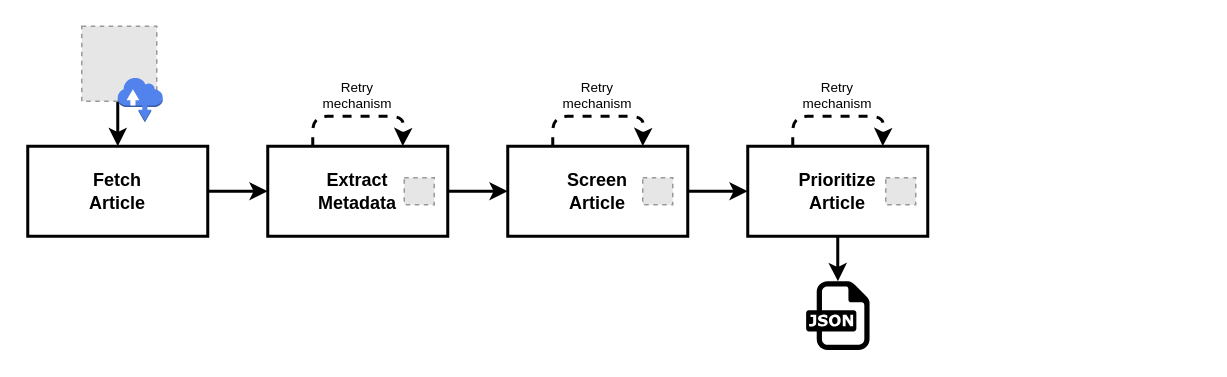
Before: assets/img/posts/2025-10-12-agentic-workflows/papers-please-dag.drawio in hclimente/hclimente.github.io, a draw.io diagram. Source tidied: cells renumbered, new cells numbered last; positions are measured from the earlier drawing's top-left corner, leaving out a move shared by most shapes. Both pictures are drawn from the tidied source at 150%, with x=0, y=0 at pixel (27, 26). Pictures stored in the file or linked from it are replaced by grey dashed boxes.
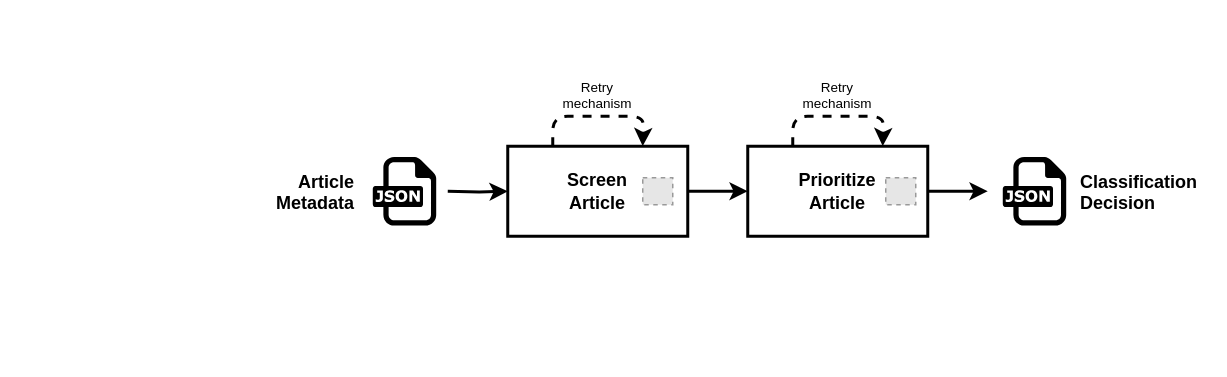
The same page after the edit.

Unchanged cells that the change refers to:
```xml
<mxCell id="10" value="&lt;div&gt;&lt;b&gt;Screen&lt;/b&gt;&lt;/div&gt;&lt;div&gt;&lt;b&gt;Article&lt;/b&gt;&lt;/div&gt;" style="rounded=0;whiteSpace=wrap;html=1;strokeWidth=2;" parent="1" vertex="1">
  <mxGeometry x="320" y="80" width="120" height="60" as="geometry" />
</mxCell>
<mxCell id="13" value="&lt;div&gt;&lt;b&gt;Prioritize&lt;/b&gt;&lt;/div&gt;&lt;div&gt;&lt;b&gt;Article&lt;/b&gt;&lt;/div&gt;" style="rounded=0;whiteSpace=wrap;html=1;strokeWidth=2;" parent="1" vertex="1">
  <mxGeometry x="480" y="80" width="120" height="60" as="geometry" />
</mxCell>
```

Change to the diagram source:
```diff
@@
-    <mxCell id="2" style="edgeStyle=orthogonalEdgeStyle;rounded=0;jettySize=auto;html=1;exitX=0;exitY=0.47;exitDx=0;exitDy=0;exitPerimeter=0;entryX=0.5;entryY=0;entryDx=0;entryDy=0;strokeWidth=2;" parent="1" edge="1" source="17" target="4">
-      <mxGeometry relative="1" as="geometry" />
-    </mxCell>
-    <mxCell id="3" style="edgeStyle=orthogonalEdgeStyle;rounded=0;jettySize=auto;html=1;exitX=1;exitY=0.5;exitDx=0;exitDy=0;entryX=0;entryY=0.5;entryDx=0;entryDy=0;strokeWidth=2;" parent="1" edge="1" source="4" target="7">
-      <mxGeometry relative="1" as="geometry" />
-    </mxCell>
-    <mxCell id="4" value="&lt;div&gt;&lt;b&gt;Fetch&lt;/b&gt;&lt;/div&gt;&lt;div&gt;&lt;b&gt;Article&lt;/b&gt;&lt;/div&gt;" style="rounded=0;whiteSpace=wrap;html=1;strokeWidth=2;" parent="1" vertex="1">
-      <mxGeometry y="80" width="120" height="60" as="geometry" />
-    </mxCell>
-    <mxCell id="5" style="edgeStyle=orthogonalEdgeStyle;rounded=0;jettySize=auto;html=1;exitX=1;exitY=0.5;exitDx=0;exitDy=0;entryX=0;entryY=0.5;entryDx=0;entryDy=0;strokeWidth=2;" parent="1" edge="1" source="7" target="10">
-      <mxGeometry relative="1" as="geometry" />
+    <mxCell id="5" style="edgeStyle=orthogonalEdgeStyle;rounded=0;jettySize=auto;html=1;exitX=1;exitY=0.5;exitDx=0;exitDy=0;entryX=0;entryY=0.5;entryDx=0;entryDy=0;strokeWidth=2;" parent="1" edge="1" target="10">
+      <mxGeometry relative="1" as="geometry">
+        <mxPoint x="280" y="110" as="sourcePoint" />
+      </mxGeometry>
     </mxCell>
-    <mxCell id="6" style="edgeStyle=orthogonalEdgeStyle;rounded=1;jettySize=auto;html=1;exitX=0.25;exitY=0;exitDx=0;exitDy=0;strokeWidth=2;curved=0;dashed=1;" parent="1" edge="1" source="7">
-      <mxGeometry relative="1" as="geometry">
-        <mxPoint x="250" y="79.9" as="targetPoint" />
-      </mxGeometry>
-    </mxCell>
-    <mxCell id="7" value="&lt;div&gt;&lt;b&gt;Extract&lt;/b&gt;&lt;/div&gt;&lt;div&gt;&lt;b&gt;Metadata&lt;/b&gt;&lt;/div&gt;" style="rounded=0;whiteSpace=wrap;html=1;strokeWidth=2;" parent="1" vertex="1">
-      <mxGeometry x="160" y="80" width="120" height="60" as="geometry" />
-    </mxCell>
@@
-    <mxCell id="11" style="edgeStyle=orthogonalEdgeStyle;rounded=0;jettySize=auto;html=1;exitX=0.5;exitY=1;exitDx=0;exitDy=0;strokeWidth=2;" parent="1" edge="1" source="13" target="14">
-      <mxGeometry relative="1" as="geometry" />
-    </mxCell>
@@
+    <mxCell id="24" style="edgeStyle=orthogonalEdgeStyle;rounded=0;jettySize=auto;html=1;exitX=1;exitY=0.5;exitDx=0;exitDy=0;strokeWidth=2;" parent="1" edge="1" source="13">
+      <mxGeometry relative="1" as="geometry">
+        <mxPoint x="640" y="110" as="targetPoint" />
+      </mxGeometry>
+    </mxCell>
@@
-    <mxCell id="14" style="dashed=0;outlineConnect=0;html=1;align=center;labelPosition=center;verticalLabelPosition=bottom;verticalAlign=top;shape=mxgraph.weblogos.json;" parent="1" vertex="1">
-      <mxGeometry x="518.9" y="170" width="42.3" height="45.8" as="geometry" />
-    </mxCell>
-    <mxCell id="15" style="group;" parent="1" vertex="1">
-      <mxGeometry x="36" width="54" height="64" as="geometry" />
-    </mxCell>
-    <mxCell id="16" style="fillColor=#E6E6E6;strokeColor=#999999;dashed=1;html=1;verticalAlign=top;verticalLabelPosition=bottom;labelBackgroundColor=#ffffff;" parent="15" vertex="1">
-      <mxGeometry width="50" height="50" as="geometry" />
-    </mxCell>
-    <mxCell id="17" style="outlineConnect=0;dashed=0;verticalLabelPosition=bottom;verticalAlign=top;align=center;html=1;shape=mxgraph.aws3.internet;fillColor=light-dark(#5283ec, #2b82da);strokeColor=light-dark(#b7cdf7, #5c79a3);shadow=0;" parent="15" vertex="1">
-      <mxGeometry x="24" y="34" width="30" height="30" as="geometry" />
-    </mxCell>
-    <mxCell id="18" style="fillColor=#E6E6E6;strokeColor=#999999;dashed=1;html=1;verticalLabelPosition=bottom;labelBackgroundColor=#ffffff;verticalAlign=top;" parent="1" vertex="1">
-      <mxGeometry x="251" y="101" width="20" height="18" as="geometry" />
-    </mxCell>
@@
-    <mxCell id="21" value="&lt;div style=&quot;line-height: 90%;&quot;&gt;&lt;font style=&quot;font-size: 9px; line-height: 90%;&quot;&gt;Retry mechanism&lt;/font&gt;&lt;/div&gt;" style="text;html=1;whiteSpace=wrap;strokeColor=none;fillColor=none;align=center;verticalAlign=middle;rounded=0;" parent="1" vertex="1">
-      <mxGeometry x="190" y="30" width="60" height="30" as="geometry" />
-    </mxCell>
@@
+    <mxCell id="25" style="dashed=0;html=1;align=center;labelPosition=center;verticalLabelPosition=bottom;verticalAlign=top;shape=mxgraph.weblogos.json;" parent="1" vertex="1">
+      <mxGeometry x="230" y="87.1" width="42.3" height="45.8" as="geometry" />
+    </mxCell>
+    <mxCell id="26" value="&lt;div&gt;&lt;b&gt;Article&lt;/b&gt;&lt;/div&gt;&lt;div&gt;&lt;b&gt;Metadata&lt;/b&gt;&lt;/div&gt;" style="text;whiteSpace=wrap;html=1;align=right;" parent="1" vertex="1">
+      <mxGeometry x="160" y="90" width="60" height="50" as="geometry" />
+    </mxCell>
+    <mxCell id="27" style="dashed=0;html=1;align=center;labelPosition=center;verticalLabelPosition=bottom;verticalAlign=top;shape=mxgraph.weblogos.json;" parent="1" vertex="1">
+      <mxGeometry x="650" y="87.1" width="42.3" height="45.8" as="geometry" />
+    </mxCell>
+    <mxCell id="28" value="&lt;div&gt;&lt;b&gt;Classification&lt;/b&gt;&lt;/div&gt;&lt;div align=&quot;left&quot;&gt;&lt;b&gt;Decision&lt;/b&gt;&lt;/div&gt;" style="text;whiteSpace=wrap;html=1;align=right;" parent="1" vertex="1">
+      <mxGeometry x="692.3" y="90" width="90" height="40" as="geometry" />
+    </mxCell>
```
